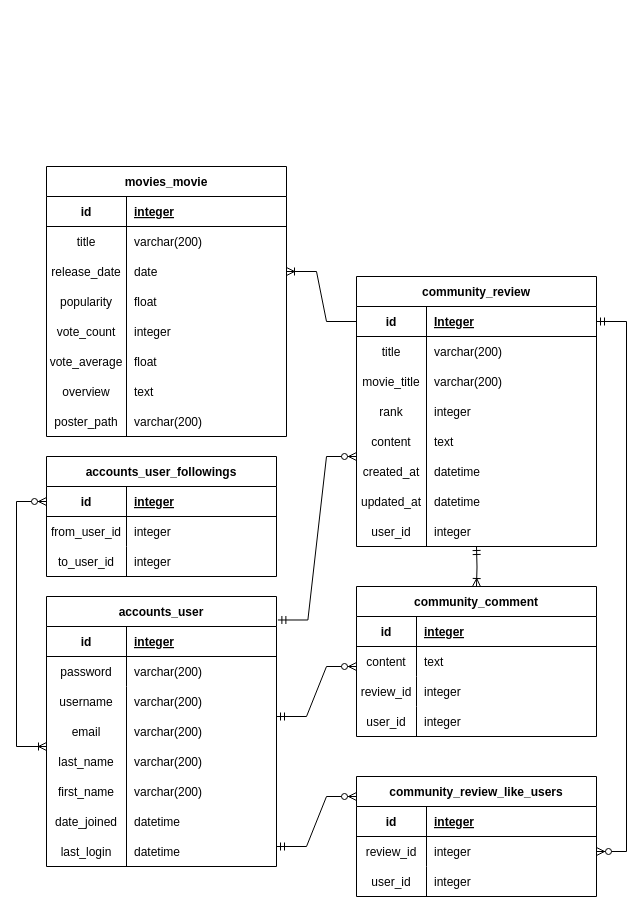
The draw.io diagram ERD.drawio in hanseungjune/ERD_MEMO, before the edit. Source tidied: cells renumbered, new cells numbered last; positions are measured from the earlier drawing's top-left corner, leaving out a move shared by most shapes. Both pictures are drawn from the tidied source at 100%, with x=0, y=0 at pixel (16, 166).
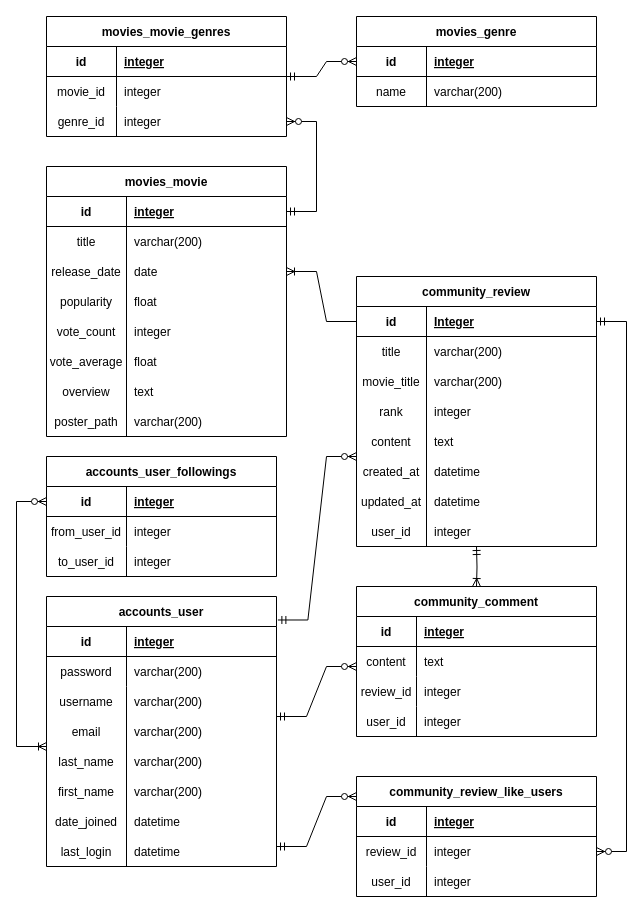
Above is the later version.

Unchanged cells that the change refers to:
```xml
<mxCell id="3" style="shape=tableRow;horizontal=0;startSize=0;swimlaneHead=0;swimlaneBody=0;fillColor=none;points=[[0,0.5],[1,0.5]];portConstraint=eastwest;top=0;left=0;right=0;bottom=1;" parent="2" vertex="1">
  <mxGeometry y="30" width="240" height="30" as="geometry" />
</mxCell>
```

The edit, as a diff of the source:
```diff
@@
+    <mxCell id="115" value="movies_movie_genres" style="shape=table;startSize=30;childLayout=tableLayout;rowLines=0;fontStyle=1;align=center;fillColor=none;gradientColor=default;" parent="1" vertex="1">
+      <mxGeometry x="30" y="-150" width="240" height="120" as="geometry" />
+    </mxCell>
+    <mxCell id="116" style="shape=tableRow;horizontal=0;startSize=0;swimlaneHead=0;swimlaneBody=0;fillColor=none;top=0;left=0;right=0;bottom=1;" parent="115" vertex="1">
+      <mxGeometry y="30" width="240" height="30" as="geometry" />
+    </mxCell>
+    <mxCell id="117" value="id" style="shape=partialRectangle;fillColor=none;top=0;left=0;bottom=0;right=0;fontStyle=1;overflow=hidden;" parent="116" vertex="1">
+      <mxGeometry width="70" height="30" as="geometry" />
+    </mxCell>
+    <mxCell id="118" value="integer" style="shape=partialRectangle;fillColor=none;top=0;left=0;bottom=0;right=0;align=left;spacingLeft=6;fontStyle=5;overflow=hidden;" parent="116" vertex="1">
+      <mxGeometry x="70" width="170" height="30" as="geometry" />
+    </mxCell>
+    <mxCell id="119" style="shape=tableRow;horizontal=0;startSize=0;swimlaneHead=0;swimlaneBody=0;fillColor=none;top=0;left=0;right=0;bottom=0;" parent="115" vertex="1">
+      <mxGeometry y="60" width="240" height="30" as="geometry" />
+    </mxCell>
+    <mxCell id="120" value="movie_id" style="shape=partialRectangle;fillColor=none;top=0;left=0;bottom=0;right=0;overflow=hidden;" parent="119" vertex="1">
+      <mxGeometry width="70" height="30" as="geometry" />
+    </mxCell>
+    <mxCell id="121" value="integer" style="shape=partialRectangle;fillColor=none;top=0;left=0;bottom=0;right=0;align=left;spacingLeft=6;overflow=hidden;" parent="119" vertex="1">
+      <mxGeometry x="70" width="170" height="30" as="geometry" />
+    </mxCell>
+    <mxCell id="122" style="shape=tableRow;horizontal=0;startSize=0;swimlaneHead=0;swimlaneBody=0;fillColor=none;points=[[0,0.5],[1,0.5]];portConstraint=eastwest;top=0;left=0;right=0;bottom=0;" parent="115" vertex="1">
+      <mxGeometry y="90" width="240" height="30" as="geometry" />
+    </mxCell>
+    <mxCell id="123" value="genre_id" style="shape=partialRectangle;fillColor=none;top=0;left=0;bottom=0;right=0;overflow=hidden;" parent="122" vertex="1">
+      <mxGeometry width="70" height="30" as="geometry" />
+    </mxCell>
+    <mxCell id="124" value="integer" style="shape=partialRectangle;fillColor=none;top=0;left=0;bottom=0;right=0;align=left;spacingLeft=6;overflow=hidden;" parent="122" vertex="1">
+      <mxGeometry x="70" width="170" height="30" as="geometry" />
+    </mxCell>
+    <mxCell id="125" style="edgeStyle=entityRelationEdgeStyle;fontSize=12;html=1;endArrow=ERzeroToMany;startArrow=ERmandOne;rounded=0;" parent="1" edge="1" source="3" target="122">
+      <mxGeometry relative="1" as="geometry" />
+    </mxCell>
+    <mxCell id="126" value="movies_genre" style="shape=table;startSize=30;childLayout=tableLayout;rowLines=0;fontStyle=1;align=center;fillColor=none;gradientColor=default;" parent="1" vertex="1">
+      <mxGeometry x="340" y="-150" width="240" height="90" as="geometry" />
+    </mxCell>
+    <mxCell id="127" style="shape=tableRow;horizontal=0;startSize=0;swimlaneHead=0;swimlaneBody=0;fillColor=none;top=0;left=0;right=0;bottom=1;" parent="126" vertex="1">
+      <mxGeometry y="30" width="240" height="30" as="geometry" />
+    </mxCell>
+    <mxCell id="128" value="id" style="shape=partialRectangle;fillColor=none;top=0;left=0;bottom=0;right=0;fontStyle=1;overflow=hidden;" parent="127" vertex="1">
+      <mxGeometry width="70" height="30" as="geometry" />
+    </mxCell>
+    <mxCell id="129" value="integer" style="shape=partialRectangle;fillColor=none;top=0;left=0;bottom=0;right=0;align=left;spacingLeft=6;fontStyle=5;overflow=hidden;" parent="127" vertex="1">
+      <mxGeometry x="70" width="170" height="30" as="geometry" />
+    </mxCell>
+    <mxCell id="130" style="shape=tableRow;horizontal=0;startSize=0;swimlaneHead=0;swimlaneBody=0;fillColor=none;top=0;left=0;right=0;bottom=0;" parent="126" vertex="1">
+      <mxGeometry y="60" width="240" height="30" as="geometry" />
+    </mxCell>
+    <mxCell id="131" value="name" style="shape=partialRectangle;fillColor=none;top=0;left=0;bottom=0;right=0;overflow=hidden;" parent="130" vertex="1">
+      <mxGeometry width="70" height="30" as="geometry" />
+    </mxCell>
+    <mxCell id="132" value="varchar(200)" style="shape=partialRectangle;fillColor=none;top=0;left=0;bottom=0;right=0;align=left;spacingLeft=6;overflow=hidden;" parent="130" vertex="1">
+      <mxGeometry x="70" width="170" height="30" as="geometry" />
+    </mxCell>
+    <mxCell id="133" style="edgeStyle=entityRelationEdgeStyle;fontSize=12;html=1;endArrow=ERzeroToMany;startArrow=ERmandOne;rounded=0;" parent="1" edge="1" source="115" target="126">
+      <mxGeometry relative="1" as="geometry" />
+    </mxCell>
```
